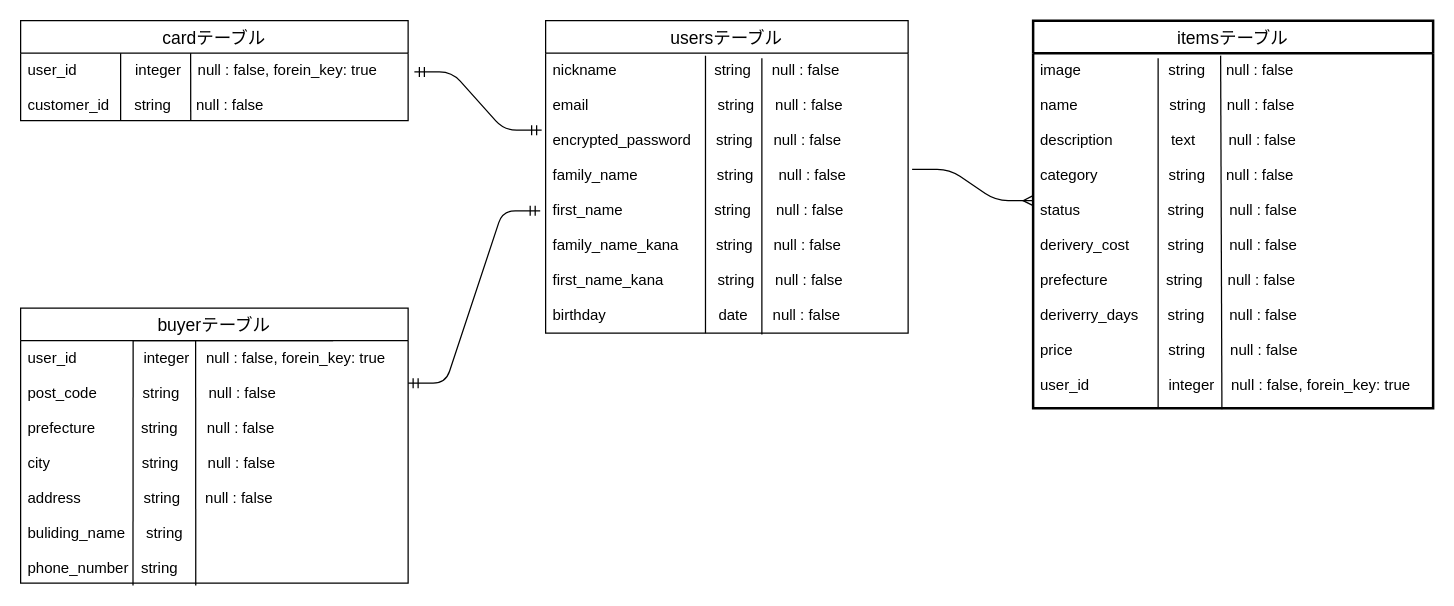
Komty/furima-34555 keeps this draw.io diagram as furima.dio. Above is the earlier version. Source tidied: cells renumbered, new cells numbered last; positions are measured from the earlier drawing's top-left corner, leaving out a move shared by most shapes. Both pictures are drawn from the tidied source at 125%, with x=0, y=0 at pixel (20, 20).
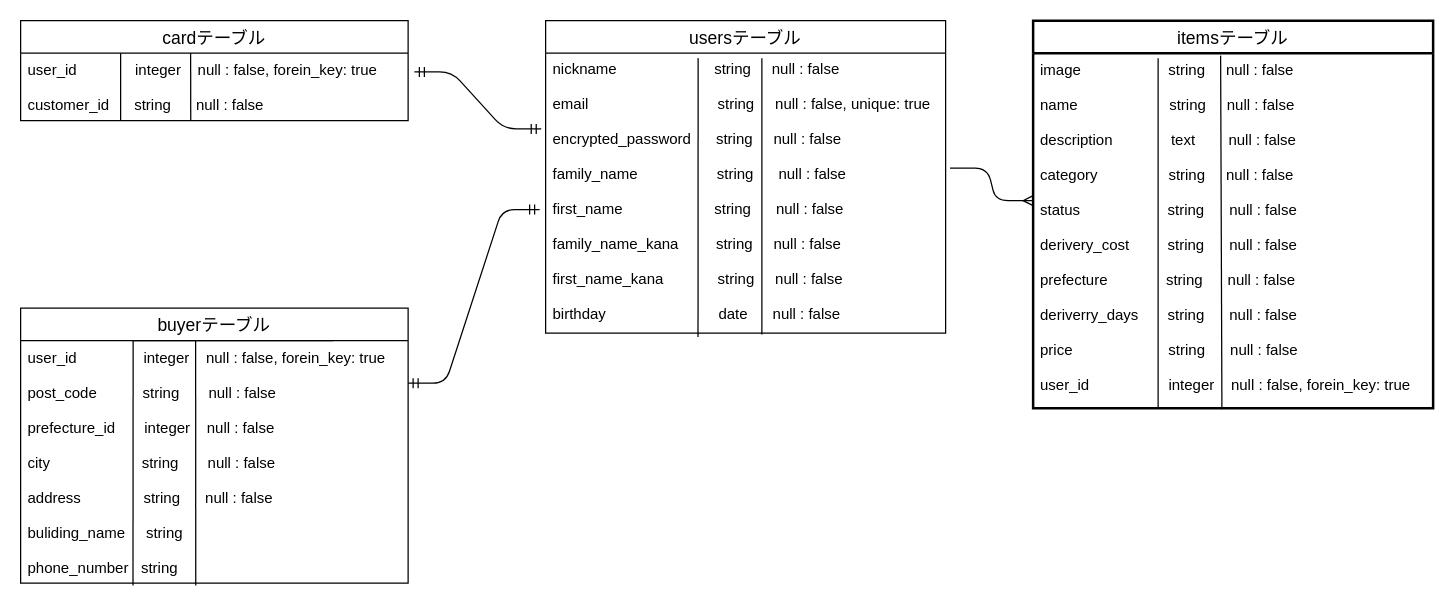
Above is the later version.

Commit message (it also covers changes not shown here):
データベース設計　修正3

The change refers to these unchanged cells:
```xml
<mxCell id="12" value="buyerテーブル" style="swimlane;fontStyle=0;horizontal=1;startSize=26;align=center;fontSize=14;" parent="1" vertex="1">
  <mxGeometry y="230" width="310" height="220" as="geometry" />
</mxCell>
```

Diff of the diagram source:
```diff
@@
     <mxCell id="2" value="usersテーブル" style="swimlane;fontStyle=0;horizontal=1;startSize=26;align=center;fontSize=14;" parent="1" vertex="1">
-      <mxGeometry x="420" width="290" height="250" as="geometry" />
+      <mxGeometry x="420" width="320" height="250" as="geometry" />
     </mxCell>
-    <mxCell id="3" style="endArrow=none;html=1;rounded=0;exitX=0.441;exitY=0.009;exitDx=0;exitDy=0;exitPerimeter=0;entryX=0.441;entryY=1;entryDx=0;entryDy=0;entryPerimeter=0;" parent="2" edge="1" source="4" target="4">
-      <mxGeometry relative="1" as="geometry" />
-    </mxCell>
-    <mxCell id="4" value="nickname  　　　　       string     null : false&#10;&#10;email                               string     null : false&#10;&#10;encrypted_password      string     null : false&#10;&#10;family_name                   string      null : false&#10;&#10;first_name                      string      null : false&#10;&#10;family_name_kana         string     null : false&#10;&#10;first_name_kana             string     null : false&#10;&#10;birthday                           date      null : false&#10;&#10;&#10;&#10;&#10;" style="text;strokeColor=none;fillColor=none;spacingLeft=4;spacingRight=4;overflow=hidden;points=[[0,0.5],[1,0.5]];portConstraint=eastwest;fontSize=12;" parent="2" vertex="1">
-      <mxGeometry y="26" width="290" height="224" as="geometry" />
-    </mxCell>
@@
-    <mxCell id="16" value="user_id                integer    null : false, forein_key: true  &#10;&#10;post_code           string       null : false&#10;&#10;prefecture           string       null : false&#10;&#10;city                      string       null : false&#10;   &#10;address               string      null : false&#10;  &#10;buliding_name     string   &#10;&#10;phone_number   string" style="text;strokeColor=none;fillColor=none;spacingLeft=4;spacingRight=4;overflow=hidden;points=[[0,0.5],[1,0.5]];portConstraint=eastwest;fontSize=12;" parent="12" vertex="1">
+    <mxCell id="16" value="user_id                integer    null : false, forein_key: true  &#10;&#10;post_code           string       null : false&#10;&#10;prefecture_id       integer    null : false&#10;&#10;city                      string       null : false&#10;   &#10;address               string      null : false&#10;  &#10;buliding_name     string   &#10;&#10;phone_number   string" style="text;strokeColor=none;fillColor=none;spacingLeft=4;spacingRight=4;overflow=hidden;points=[[0,0.5],[1,0.5]];portConstraint=eastwest;fontSize=12;" parent="12" vertex="1">
       <mxGeometry y="26" width="310" height="194" as="geometry" />
     </mxCell>
@@
+    <mxCell id="4" value="nickname  　　　　       string     null : false&#10;&#10;email                               string     null : false, unique: true&#10;&#10;encrypted_password      string     null : false&#10;&#10;family_name                   string      null : false&#10;&#10;first_name                      string      null : false&#10;&#10;family_name_kana         string     null : false&#10;&#10;first_name_kana             string     null : false&#10;&#10;birthday                           date      null : false&#10;&#10;&#10;&#10;&#10;" style="text;strokeColor=none;fillColor=none;spacingLeft=4;spacingRight=4;overflow=hidden;points=[[0,0.5],[1,0.5]];portConstraint=eastwest;fontSize=12;" parent="1" vertex="1">
+      <mxGeometry x="420" y="25" width="320" height="224" as="geometry" />
+    </mxCell>
+    <mxCell id="22" style="endArrow=none;html=1;rounded=0;entryX=0.381;entryY=1.018;entryDx=0;entryDy=0;entryPerimeter=0;" parent="1" edge="1" target="4">
+      <mxGeometry relative="1" as="geometry">
+        <mxPoint x="542" y="30" as="sourcePoint" />
+      </mxGeometry>
+    </mxCell>
```
